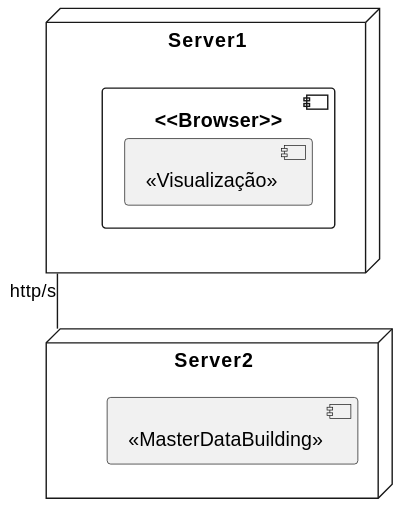
Before: Visualization/docs/US_1080/Diagrams/Level2/PhysicalView.svg, a diagram exported from PlantUML (Pedro-Pereira1/sem5pi_23_24_g056_Visualization). Source of this version:
```plantuml
@startuml

skinparam linetype ortho

node Server1{
  component "<<Browser>>" as BRW{
   component "<<Visualização>>" as V {
    }
  }
}

node Server2{
  component "<<MasterDataBuilding>>" as MDB{
  }
}

Server1 -d- Server2: http/s


@enduml
```
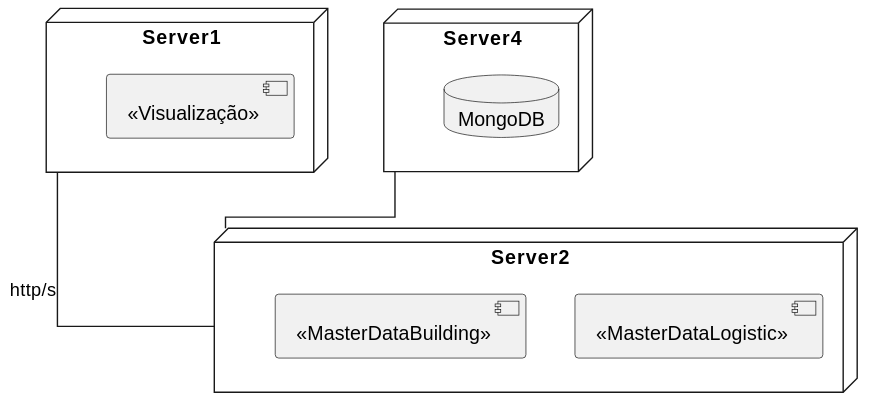
The same diagram one commit later.

Commit message:
Updated Layer2 PhysicalView Diagrams for US1080

What changed in the source:
```diff
@@ -1,20 +1,27 @@
 @startuml
-
 skinparam linetype ortho
 
 node Server1{
-  component "<<Browser>>" as BRW{
    component "<<Visualização>>" as V {
     }
-  }
 }
 
 node Server2{
+  component "<<MasterDataLogistic>>" as MDL{
+  }
+
   component "<<MasterDataBuilding>>" as MDB{
   }
 }
 
-Server1 -d- Server2: http/s
 
 
+node Server4{
+  database MongoDB
+}
+
+
+
+Server1 -d- Server2: http/s
+Server2 -u- Server4
 @enduml
```
